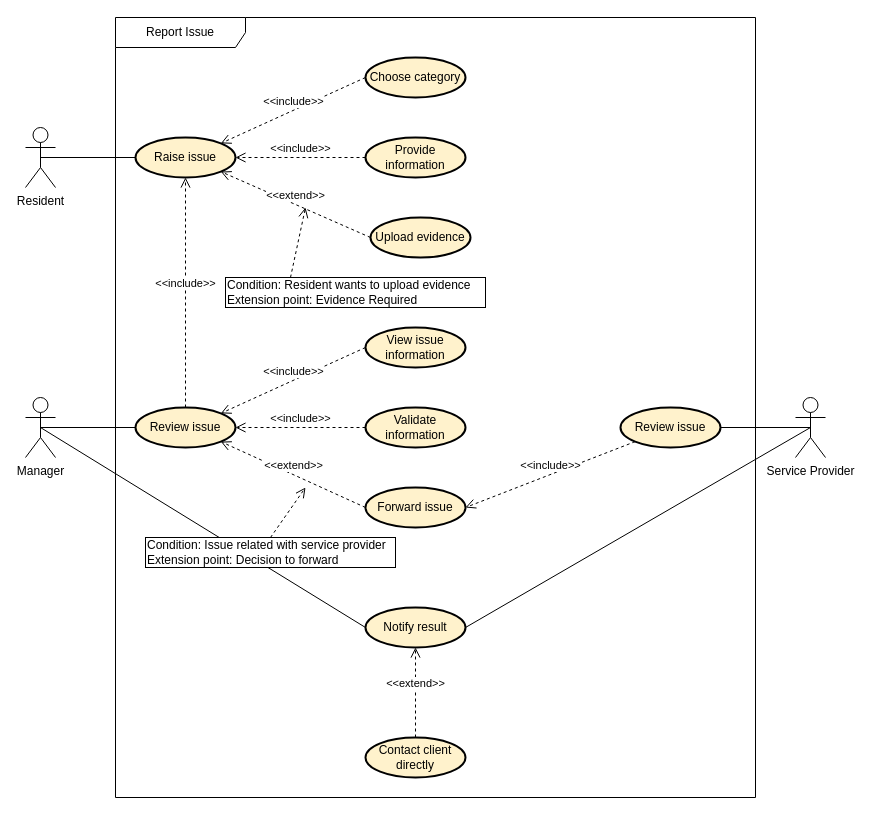
Above: Functional-analysis/usecase-diagram/3. Báo cáo/RaiseIssue.drawio in HuyEuler/Apartment-management-system (draw.io), before the change. Source tidied: cells renumbered, new cells numbered last; positions are measured from the earlier drawing's top-left corner, leaving out a move shared by most shapes. Both pictures are drawn from the tidied source at 100%, with x=0, y=0 at pixel (25, 17).
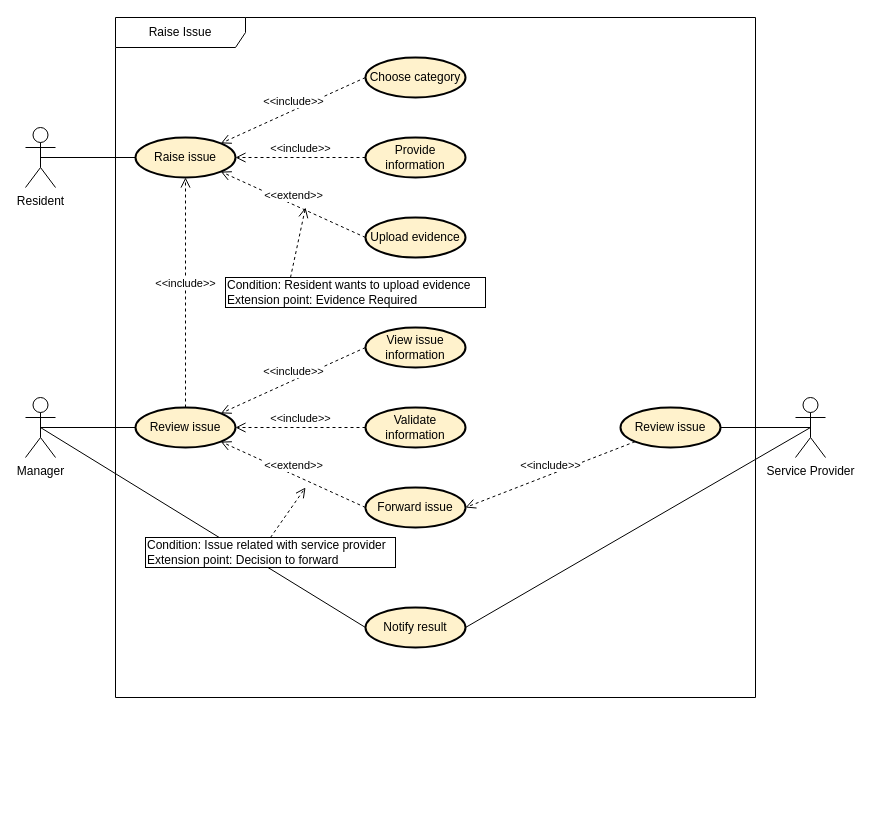
After the change.

Commit message (it also covers changes not shown here):
final usecase diagram fix

The change refers to these unchanged cells:
```xml
<mxCell id="17" value="Notify result" style="ellipse;whiteSpace=wrap;html=1;align=center;fillColor=#fff2cc;strokeColor=light-dark(#000000, #6d5100);strokeWidth=2;" parent="1" vertex="1">
  <mxGeometry x="340" y="590" width="100" height="40" as="geometry" />
</mxCell>
```

What changed in the source:
```diff
@@
     <mxCell id="6" value="Upload evidence" style="ellipse;whiteSpace=wrap;html=1;align=center;fillColor=#fff2cc;strokeColor=light-dark(#000000, #6d5100);strokeWidth=2;" parent="1" vertex="1">
-      <mxGeometry x="345" y="200" width="100" height="40" as="geometry" />
+      <mxGeometry x="340" y="200" width="100" height="40" as="geometry" />
     </mxCell>
@@
-    <mxCell id="26" value="Contact client directly" style="ellipse;whiteSpace=wrap;html=1;align=center;fillColor=#fff2cc;strokeColor=light-dark(#000000, #6d5100);strokeWidth=2;" parent="1" vertex="1">
-      <mxGeometry x="340" y="720" width="100" height="40" as="geometry" />
-    </mxCell>
-    <mxCell id="27" value="&amp;lt;&amp;lt;extend&amp;gt;&amp;gt;" style="html=1;verticalAlign=bottom;endArrow=open;dashed=1;endSize=8;curved=0;rounded=0;entryX=0.5;entryY=1;entryDx=0;entryDy=0;exitX=0.5;exitY=0;exitDx=0;exitDy=0;" parent="1" edge="1" source="26" target="17">
-      <mxGeometry relative="1" as="geometry" />
-    </mxCell>
@@
-    <mxCell id="30" value="Report Issue" style="shape=umlFrame;whiteSpace=wrap;html=1;width=130;height=30;" parent="1" vertex="1">
-      <mxGeometry x="90" width="640" height="780" as="geometry" />
+    <mxCell id="30" value="Raise Issue" style="shape=umlFrame;whiteSpace=wrap;html=1;width=130;height=30;" parent="1" vertex="1">
+      <mxGeometry x="90" width="640" height="680" as="geometry" />
     </mxCell>
```
